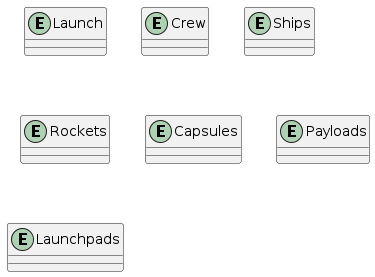
Earlier version of the PlantUML export diagrams/out/ER-diagram/ER-diagram.png (NathanGrenier/SOEN-363-Project).
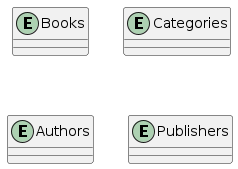
After the change.

Commit message:
changed project topic to books

Change to the diagram source:
```diff
@@ -4,18 +4,12 @@
 !define PK <&key>
 !define FK <&link-intact>
 
-entity Launch {}
+entity Books {}
 
-entity Crew {}
+entity Categories {}
 
-entity Ships {}
+entity Authors {}
 
-entity Rockets {}
-
-entity Capsules {}
-
-entity Payloads {}
-
-entity Launchpads {}
+entity Publishers {}
 
 @enduml
```
